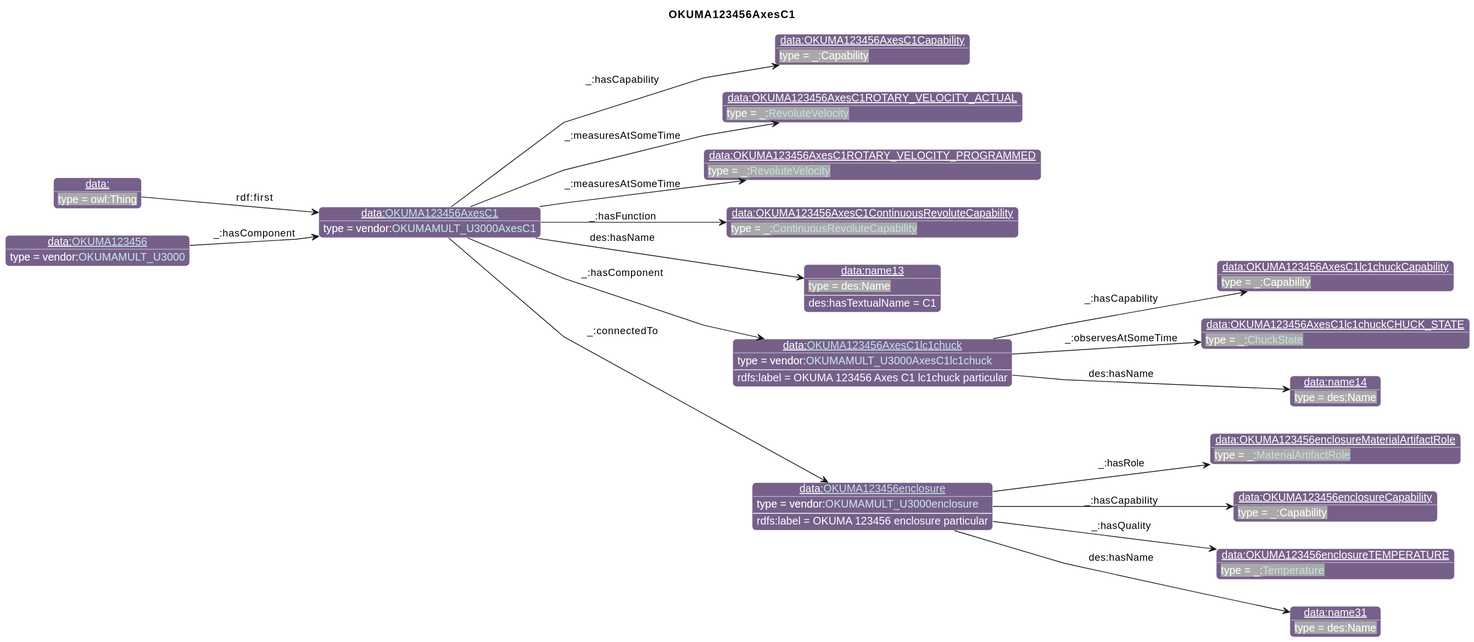
Before: diagrams/OKUMA123456AxesC1.svg, a diagram exported from PlantUML (iofoundry/example-syseng-mtconnect).
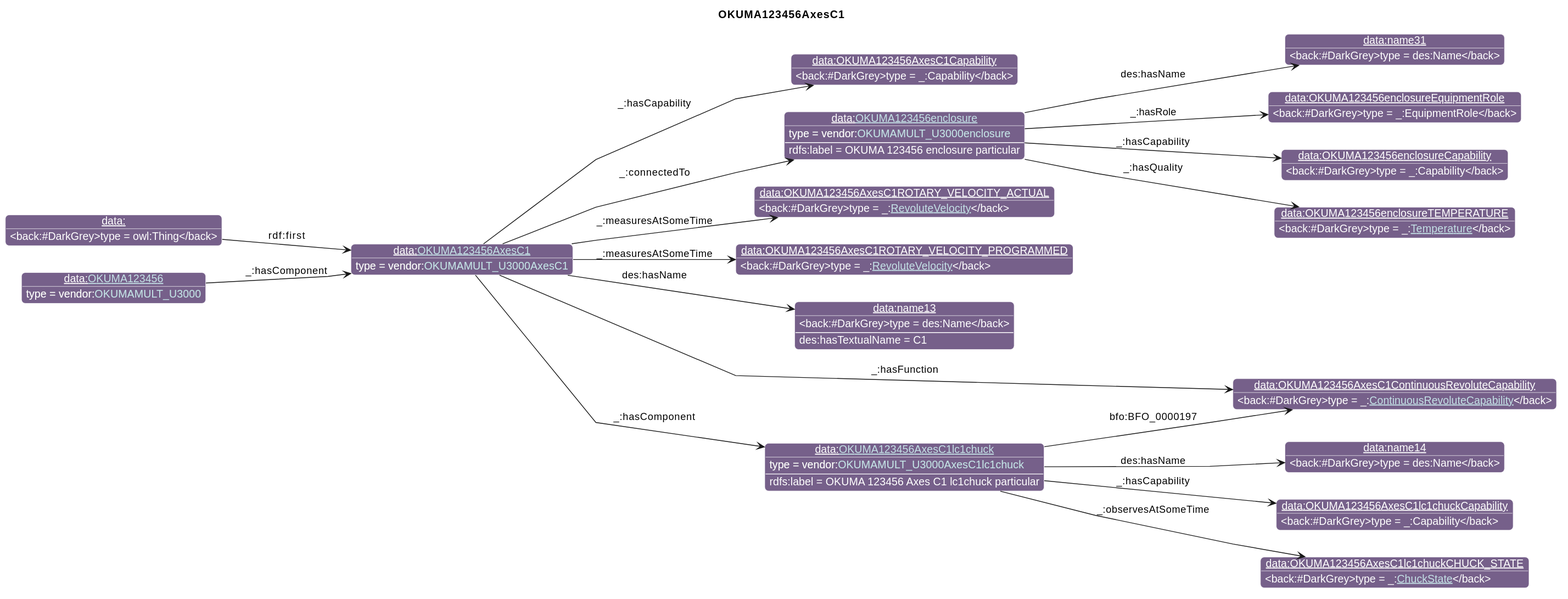
After the commit.

What changed in the source:
```diff
@@ -27,38 +27,39 @@
       }
 individual(o0, data:[[./OKUMA123456AxesC1.html OKUMA123456AxesC1]], vendor:[[../OKUMA.html#OKUMAMULT_U3000AxesC1 OKUMAMULT_U3000AxesC1]])
 individual(o1, data:OKUMA123456AxesC1Capability, _:Capability)
-individual(o2, data:OKUMA123456AxesC1ROTARY_VELOCITY_ACTUAL, _:[[../MTConnect.html#RevoluteVelocity RevoluteVelocity]])
-individual(o3, data:OKUMA123456AxesC1ROTARY_VELOCITY_PROGRAMMED, _:[[../MTConnect.html#RevoluteVelocity RevoluteVelocity]])
-individual(o4, data:OKUMA123456AxesC1ContinuousRevoluteCapability, _:[[../MTConnect.html#ContinuousRevoluteCapability ContinuousRevoluteCapability]])
+individual(o2, data:OKUMA123456AxesC1ContinuousRevoluteCapability, _:[[../MTConnect.html#ContinuousRevoluteCapability ContinuousRevoluteCapability]])
+individual(o3, data:OKUMA123456AxesC1ROTARY_VELOCITY_ACTUAL, _:[[../MTConnect.html#RevoluteVelocity RevoluteVelocity]])
+individual(o4, data:OKUMA123456AxesC1ROTARY_VELOCITY_PROGRAMMED, _:[[../MTConnect.html#RevoluteVelocity RevoluteVelocity]])
 individual(o5, data:name13, des:Name)
-individual(o6, data:[[./OKUMA123456AxesC1lc1chuck.html OKUMA123456AxesC1lc1chuck]], vendor:[[../OKUMA.html#OKUMAMULT_U3000AxesC1lc1chuck OKUMAMULT_U3000AxesC1lc1chuck]])
-individual(o7, data:OKUMA123456AxesC1lc1chuckCapability, _:Capability)
-individual(o8, data:OKUMA123456AxesC1lc1chuckCHUCK_STATE, _:[[../MTConnect.html#ChuckState ChuckState]])
-individual(o9, data:name14, des:Name)
-individual(o10, data:[[./OKUMA123456enclosure.html OKUMA123456enclosure]], vendor:[[../OKUMA.html#OKUMAMULT_U3000enclosure OKUMAMULT_U3000enclosure]])
-individual(o11, data:OKUMA123456enclosureMaterialArtifactRole, _:[[../MTConnect.html#MaterialArtifactRole MaterialArtifactRole]])
-individual(o12, data:OKUMA123456enclosureCapability, _:Capability)
-individual(o13, data:OKUMA123456enclosureTEMPERATURE, _:[[../MTConnect.html#Temperature Temperature]])
-individual(o14, data:name31, des:Name)
+individual(o6, data:[[./OKUMA123456enclosure.html OKUMA123456enclosure]], vendor:[[../OKUMA.html#OKUMAMULT_U3000enclosure OKUMAMULT_U3000enclosure]])
+individual(o7, data:OKUMA123456enclosureEquipmentRole, _:EquipmentRole)
+individual(o8, data:OKUMA123456enclosureCapability, _:Capability)
+individual(o9, data:OKUMA123456enclosureTEMPERATURE, _:[[../MTConnect.html#Temperature Temperature]])
+individual(o10, data:name31, des:Name)
+individual(o11, data:[[./OKUMA123456AxesC1lc1chuck.html OKUMA123456AxesC1lc1chuck]], vendor:[[../OKUMA.html#OKUMAMULT_U3000AxesC1lc1chuck OKUMAMULT_U3000AxesC1lc1chuck]])
+individual(o12, data:OKUMA123456AxesC1lc1chuckCapability, _:Capability)
+individual(o13, data:OKUMA123456AxesC1lc1chuckCHUCK_STATE, _:[[../MTConnect.html#ChuckState ChuckState]])
+individual(o14, data:name14, des:Name)
 individual(o15, data:, owl:Thing)
 individual(o16, data:[[./OKUMA123456.html OKUMA123456]], vendor:[[../OKUMA.html#OKUMAMULT_U3000 OKUMAMULT_U3000]])
 property(o0, "_:hasCapability", o1)
-property(o0, "_:measuresAtSomeTime", o2)
+property(o0, "_:hasFunction", o2)
 property(o0, "_:measuresAtSomeTime", o3)
-property(o0, "_:hasFunction", o4)
+property(o0, "_:measuresAtSomeTime", o4)
 property(o0, "des:hasName", o5)
 data(o5, "des:hasTextualName", "C1")
-property(o0, "_:hasComponent", o6)
-data(o6, "rdfs:label", "OKUMA 123456 Axes C1 lc1chuck particular")
-property(o6, "_:hasCapability", o7)
-property(o6, "_:observesAtSomeTime", o8)
-property(o6, "des:hasName", o9)
-property(o0, "_:connectedTo", o10)
-data(o10, "rdfs:label", "OKUMA 123456 enclosure particular")
-property(o10, "_:hasRole", o11)
-property(o10, "_:hasCapability", o12)
-property(o10, "_:hasQuality", o13)
-property(o10, "des:hasName", o14)
+property(o0, "_:connectedTo", o6)
+data(o6, "rdfs:label", "OKUMA 123456 enclosure particular")
+property(o6, "_:hasRole", o7)
+property(o6, "_:hasCapability", o8)
+property(o6, "_:hasQuality", o9)
+property(o6, "des:hasName", o10)
+property(o0, "_:hasComponent", o11)
+data(o11, "rdfs:label", "OKUMA 123456 Axes C1 lc1chuck particular")
+property(o11, "bfo:BFO_0000197", o2)
+property(o11, "_:hasCapability", o12)
+property(o11, "_:observesAtSomeTime", o13)
+property(o11, "des:hasName", o14)
 property(o15, "rdf:first", o0)
 property(o16, "_:hasComponent", o0)
 @enduml
```
